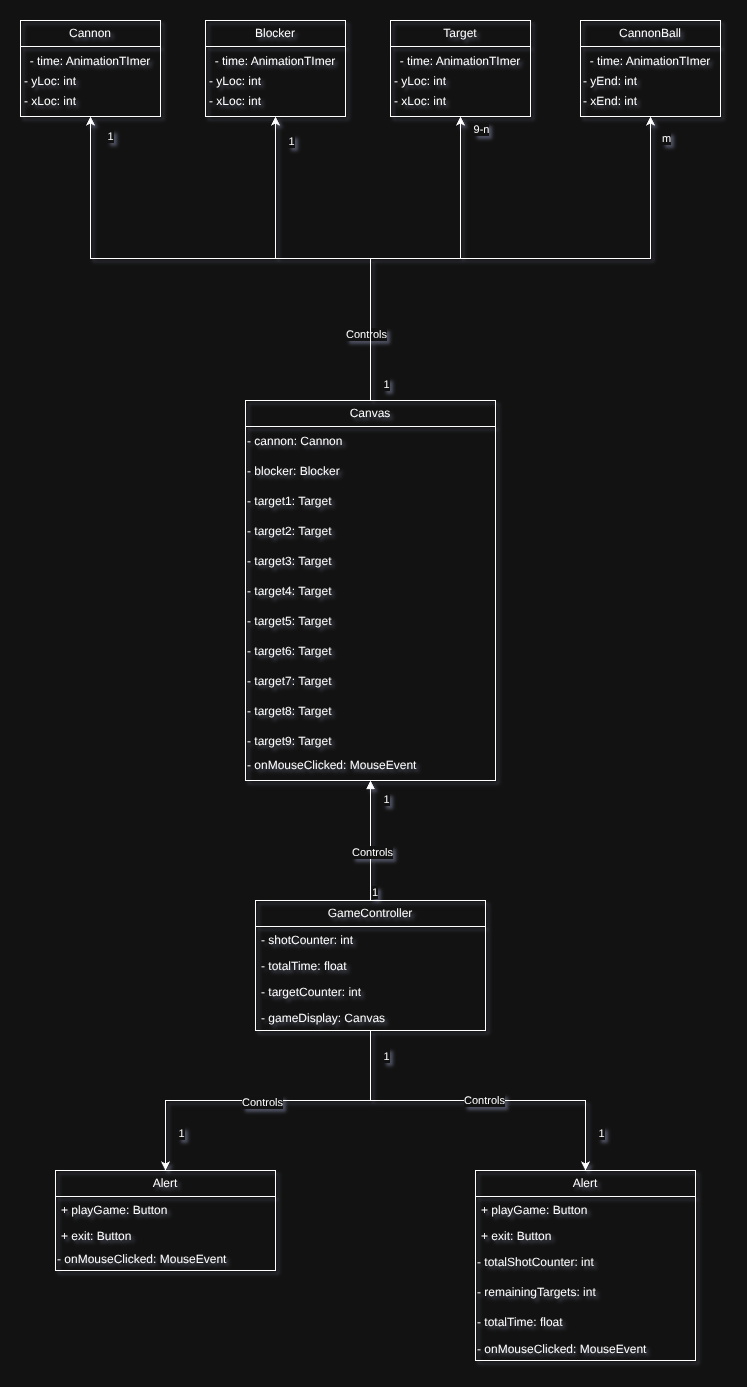
Earlier version of the draw.io export docs/UML/Class_Diagram_Merged.png (actellim/cannon_game). Source tidied: cells renumbered, new cells last; positions are measured from the earlier drawing's top-left corner, leaving out a move shared by most shapes.
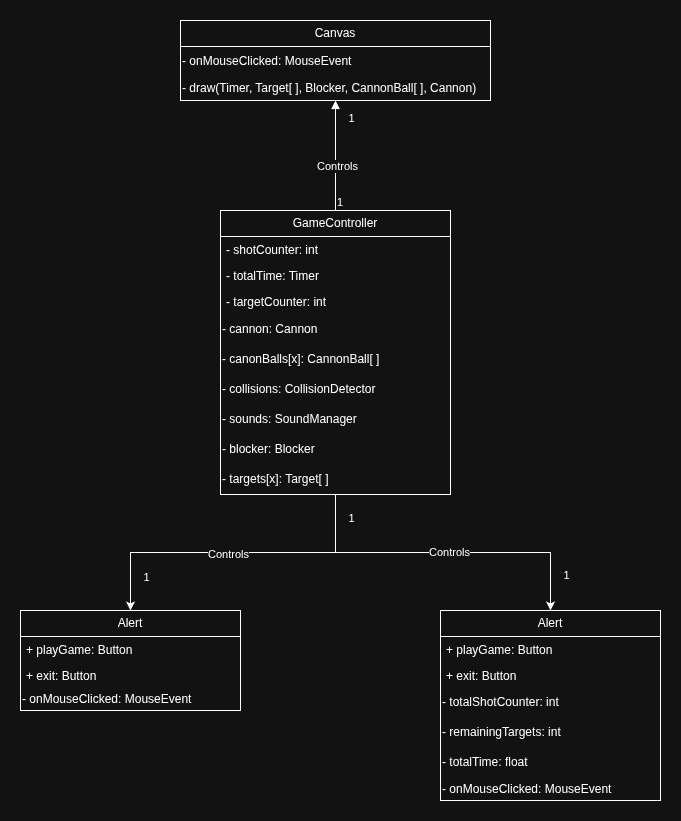
Above is the later version.

Change to the diagram source:
```diff
@@ -19,62 +19,44 @@
       </mxGeometry>
     </mxCell>
     <mxCell id="6" value="GameController" style="swimlane;fontStyle=0;horizontal=1;startSize=26;fillColor=none;whiteSpace=wrap;html=1;" parent="1" vertex="1">
-      <mxGeometry x="235" y="880" width="230" height="130" as="geometry" />
+      <mxGeometry x="235" y="750" width="230" height="284" as="geometry" />
     </mxCell>
     <mxCell id="7" value="- shotCounter: int" style="text;strokeColor=none;fillColor=none;align=left;verticalAlign=top;spacingLeft=4;spacingRight=4;overflow=hidden;whiteSpace=wrap;html=1;" parent="6" vertex="1">
       <mxGeometry y="26" width="230" height="26" as="geometry" />
     </mxCell>
-    <mxCell id="8" value="- totalTime: float" style="text;strokeColor=none;fillColor=none;align=left;verticalAlign=top;spacingLeft=4;spacingRight=4;overflow=hidden;whiteSpace=wrap;html=1;" parent="6" vertex="1">
+    <mxCell id="8" value="- totalTime: Timer" style="text;strokeColor=none;fillColor=none;align=left;verticalAlign=top;spacingLeft=4;spacingRight=4;overflow=hidden;whiteSpace=wrap;html=1;" parent="6" vertex="1">
       <mxGeometry y="52" width="230" height="26" as="geometry" />
     </mxCell>
     <mxCell id="9" value="- targetCounter: int" style="text;strokeColor=none;fillColor=none;align=left;verticalAlign=top;spacingLeft=4;spacingRight=4;overflow=hidden;whiteSpace=wrap;html=1;" parent="6" vertex="1">
       <mxGeometry y="78" width="230" height="26" as="geometry" />
     </mxCell>
-    <mxCell id="10" value="- gameDisplay: Canvas" style="text;strokeColor=none;fillColor=none;align=left;verticalAlign=top;spacingLeft=4;spacingRight=4;overflow=hidden;whiteSpace=wrap;html=1;" parent="6" vertex="1">
-      <mxGeometry y="104" width="230" height="26" as="geometry" />
-    </mxCell>
-    <mxCell id="11" value="Canvas" style="swimlane;fontStyle=0;horizontal=1;startSize=26;fillColor=none;whiteSpace=wrap;html=1;" parent="1" vertex="1">
-      <mxGeometry x="225" y="380" width="250" height="380" as="geometry" />
-    </mxCell>
-    <mxCell id="12" style="group;" parent="11" vertex="1">
-      <mxGeometry y="26" width="250" height="354" as="geometry" />
-    </mxCell>
-    <mxCell id="13" value="- cannon: Cannon" style="text;html=1;whiteSpace=wrap;strokeColor=none;fillColor=none;align=left;verticalAlign=middle;rounded=0;" parent="12" vertex="1">
-      <mxGeometry width="130" height="30" as="geometry" />
+    <mxCell id="13" value="- cannon: Cannon" style="text;html=1;whiteSpace=wrap;strokeColor=none;fillColor=none;align=left;verticalAlign=middle;rounded=0;" parent="6" vertex="1">
+      <mxGeometry y="104" width="230" height="30" as="geometry" />
     </mxCell>
+    <mxCell id="74" value="- canonBalls[x]: CannonBall[ ]" style="text;html=1;whiteSpace=wrap;strokeColor=none;fillColor=none;align=left;verticalAlign=middle;rounded=0;" parent="6" vertex="1">
+      <mxGeometry y="134" width="230" height="30" as="geometry" />
+    </mxCell>
+    <mxCell id="75" value="- collisions: CollisionDetector" style="text;html=1;whiteSpace=wrap;strokeColor=none;fillColor=none;align=left;verticalAlign=middle;rounded=0;" parent="6" vertex="1">
+      <mxGeometry y="164" width="230" height="30" as="geometry" />
+    </mxCell>
+    <mxCell id="76" value="- sounds: SoundManager" style="text;html=1;whiteSpace=wrap;strokeColor=none;fillColor=none;align=left;verticalAlign=middle;rounded=0;" parent="6" vertex="1">
+      <mxGeometry y="194" width="230" height="30" as="geometry" />
+    </mxCell>
-    <mxCell id="14" value="- blocker: Blocker" style="text;html=1;whiteSpace=wrap;strokeColor=none;fillColor=none;align=left;verticalAlign=middle;rounded=0;" parent="12" vertex="1">
-      <mxGeometry y="30" width="130" height="30" as="geometry" />
+    <mxCell id="14" value="- blocker: Blocker" style="text;html=1;whiteSpace=wrap;strokeColor=none;fillColor=none;align=left;verticalAlign=middle;rounded=0;" parent="6" vertex="1">
+      <mxGeometry y="224" width="230" height="30" as="geometry" />
     </mxCell>
-    <mxCell id="15" value="- target1: Target" style="text;html=1;whiteSpace=wrap;strokeColor=none;fillColor=none;align=left;verticalAlign=middle;rounded=0;" parent="12" vertex="1">
-      <mxGeometry y="60" width="130" height="30" as="geometry" />
+    <mxCell id="15" value="- targets[x]: Target[ ]" style="text;html=1;whiteSpace=wrap;strokeColor=none;fillColor=none;align=left;verticalAlign=middle;rounded=0;" parent="6" vertex="1">
+      <mxGeometry y="254" width="230" height="30" as="geometry" />
     </mxCell>
-    <mxCell id="16" value="- target2: Target" style="text;html=1;whiteSpace=wrap;strokeColor=none;fillColor=none;align=left;verticalAlign=middle;rounded=0;" parent="12" vertex="1">
-      <mxGeometry y="90" width="130" height="30" as="geometry" />
-    </mxCell>
-    <mxCell id="17" value="- target3: Target" style="text;html=1;whiteSpace=wrap;strokeColor=none;fillColor=none;align=left;verticalAlign=middle;rounded=0;" parent="12" vertex="1">
-      <mxGeometry y="120" width="130" height="30" as="geometry" />
-    </mxCell>
-    <mxCell id="18" value="- target4: Target" style="text;html=1;whiteSpace=wrap;strokeColor=none;fillColor=none;align=left;verticalAlign=middle;rounded=0;" parent="12" vertex="1">
-      <mxGeometry y="150" width="130" height="30" as="geometry" />
-    </mxCell>
-    <mxCell id="19" value="- target5: Target" style="text;html=1;whiteSpace=wrap;strokeColor=none;fillColor=none;align=left;verticalAlign=middle;rounded=0;" parent="12" vertex="1">
-      <mxGeometry y="180" width="130" height="30" as="geometry" />
-    </mxCell>
-    <mxCell id="20" value="- target6: Target" style="text;html=1;whiteSpace=wrap;strokeColor=none;fillColor=none;align=left;verticalAlign=middle;rounded=0;" parent="12" vertex="1">
-      <mxGeometry y="210" width="130" height="30" as="geometry" />
-    </mxCell>
-    <mxCell id="21" value="- target7: Target" style="text;html=1;whiteSpace=wrap;strokeColor=none;fillColor=none;align=left;verticalAlign=middle;rounded=0;" parent="12" vertex="1">
-      <mxGeometry y="240" width="130" height="30" as="geometry" />
-    </mxCell>
-    <mxCell id="22" value="- target8: Target" style="text;html=1;whiteSpace=wrap;strokeColor=none;fillColor=none;align=left;verticalAlign=middle;rounded=0;" parent="12" vertex="1">
-      <mxGeometry y="270" width="130" height="30" as="geometry" />
-    </mxCell>
-    <mxCell id="23" value="- target9: Target" style="text;html=1;whiteSpace=wrap;strokeColor=none;fillColor=none;align=left;verticalAlign=middle;rounded=0;" parent="12" vertex="1">
-      <mxGeometry y="300" width="130" height="30" as="geometry" />
-    </mxCell>
+    <mxCell id="11" value="Canvas" style="swimlane;fontStyle=0;horizontal=1;startSize=26;fillColor=none;whiteSpace=wrap;html=1;" parent="1" vertex="1">
+      <mxGeometry x="195" y="560" width="310" height="80" as="geometry" />
+    </mxCell>
-    <mxCell id="24" value="- onMouseClicked: MouseEvent" style="text;html=1;whiteSpace=wrap;strokeColor=none;fillColor=none;align=left;verticalAlign=middle;rounded=0;" parent="12" vertex="1">
-      <mxGeometry y="324" width="230" height="30" as="geometry" />
+    <mxCell id="24" value="- onMouseClicked: MouseEvent" style="text;html=1;whiteSpace=wrap;strokeColor=none;fillColor=none;align=left;verticalAlign=middle;rounded=0;" parent="11" vertex="1">
+      <mxGeometry y="26" width="310" height="30" as="geometry" />
     </mxCell>
+    <mxCell id="77" value="- draw(Timer, Target[ ], Blocker, CannonBall[ ], Cannon)" style="text;html=1;whiteSpace=wrap;strokeColor=none;fillColor=none;align=left;verticalAlign=middle;rounded=0;" parent="11" vertex="1">
+      <mxGeometry y="56" width="310" height="24" as="geometry" />
+    </mxCell>
     <mxCell id="25" value="Controls" style="endArrow=block;endFill=1;html=1;edgeStyle=orthogonalEdgeStyle;align=left;verticalAlign=top;rounded=0;entryX=0.5;entryY=1;entryDx=0;entryDy=0;exitX=0.5;exitY=0;exitDx=0;exitDy=0;" parent="1" edge="1" source="6" target="11">
       <mxGeometry x="0.03" y="20" relative="1" as="geometry" />
     </mxCell>
@@ -98,108 +80,6 @@
     <mxCell id="31" value="- onMouseClicked: MouseEvent" style="text;html=1;whiteSpace=wrap;strokeColor=none;fillColor=none;align=left;verticalAlign=middle;rounded=0;" parent="28" vertex="1">
       <mxGeometry y="78" width="220" height="22" as="geometry" />
     </mxCell>
-    <mxCell id="32" style="edgeStyle=orthogonalEdgeStyle;rounded=0;jettySize=auto;html=1;exitX=0.5;exitY=0;exitDx=0;exitDy=0;" parent="1" edge="1" source="11" target="42">
-      <mxGeometry relative="1" as="geometry" />
-    </mxCell>
-    <mxCell id="33" value="1" style="edgeLabel;html=1;align=center;verticalAlign=middle;" parent="32" vertex="1">
-      <mxGeometry x="0.93" y="1" relative="1" as="geometry">
-        <mxPoint x="20" as="offset" />
-      </mxGeometry>
-    </mxCell>
-    <mxCell id="34" style="edgeStyle=orthogonalEdgeStyle;rounded=0;jettySize=auto;html=1;exitX=0.5;exitY=0;exitDx=0;exitDy=0;" parent="1" edge="1" source="11" target="47">
-      <mxGeometry relative="1" as="geometry" />
-    </mxCell>
-    <mxCell id="35" value="1" style="edgeLabel;html=1;align=center;verticalAlign=middle;" parent="34" vertex="1">
-      <mxGeometry x="0.88" y="2" relative="1" as="geometry">
-        <mxPoint x="17" as="offset" />
-      </mxGeometry>
-    </mxCell>
-    <mxCell id="36" style="edgeStyle=orthogonalEdgeStyle;rounded=0;jettySize=auto;html=1;exitX=0.5;exitY=0;exitDx=0;exitDy=0;" parent="1" edge="1" source="11" target="52">
-      <mxGeometry relative="1" as="geometry" />
-    </mxCell>
-    <mxCell id="37" value="Controls" style="edgeLabel;html=1;align=center;verticalAlign=middle;" parent="36" vertex="1">
-      <mxGeometry x="-0.65" y="-3" relative="1" as="geometry">
-        <mxPoint x="-8" as="offset" />
-      </mxGeometry>
-    </mxCell>
-    <mxCell id="38" value="1" style="edgeLabel;html=1;align=center;verticalAlign=middle;" parent="36" vertex="1">
-      <mxGeometry x="-0.91" y="-5" relative="1" as="geometry">
-        <mxPoint x="10" as="offset" />
-      </mxGeometry>
-    </mxCell>
-    <mxCell id="39" value="9-n" style="edgeLabel;html=1;align=center;verticalAlign=middle;" parent="36" vertex="1">
-      <mxGeometry x="0.93" y="1" relative="1" as="geometry">
-        <mxPoint x="21" as="offset" />
-      </mxGeometry>
-    </mxCell>
-    <mxCell id="40" style="edgeStyle=orthogonalEdgeStyle;rounded=0;jettySize=auto;html=1;exitX=0.5;exitY=0;exitDx=0;exitDy=0;" parent="1" edge="1" source="11" target="57">
-      <mxGeometry relative="1" as="geometry" />
-    </mxCell>
-    <mxCell id="41" value="m" style="edgeLabel;html=1;align=center;verticalAlign=middle;" parent="40" vertex="1">
-      <mxGeometry x="0.92" relative="1" as="geometry">
-        <mxPoint x="15" as="offset" />
-      </mxGeometry>
-    </mxCell>
-    <mxCell id="42" value="Cannon" style="swimlane;fontStyle=0;horizontal=1;startSize=26;fillColor=none;whiteSpace=wrap;html=1;" parent="1" vertex="1">
-      <mxGeometry width="140" height="96" as="geometry" />
-    </mxCell>
-    <mxCell id="43" style="group;" parent="42" vertex="1">
-      <mxGeometry y="26" width="140" height="70" as="geometry" />
-    </mxCell>
-    <mxCell id="44" value="- xLoc: int" style="text;html=1;whiteSpace=wrap;strokeColor=none;fillColor=none;align=center;verticalAlign=middle;rounded=0;" parent="43" vertex="1">
-      <mxGeometry y="40" width="60" height="30" as="geometry" />
-    </mxCell>
-    <mxCell id="45" value="- yLoc: int" style="text;html=1;whiteSpace=wrap;strokeColor=none;fillColor=none;align=center;verticalAlign=middle;rounded=0;" parent="43" vertex="1">
-      <mxGeometry y="20" width="60" height="30" as="geometry" />
-    </mxCell>
-    <mxCell id="46" value="- time: AnimationTImer" style="text;html=1;whiteSpace=wrap;strokeColor=none;fillColor=none;align=center;verticalAlign=middle;rounded=0;" parent="43" vertex="1">
-      <mxGeometry width="140" height="30" as="geometry" />
-    </mxCell>
-    <mxCell id="47" value="Blocker" style="swimlane;fontStyle=0;horizontal=1;startSize=26;fillColor=none;whiteSpace=wrap;html=1;" parent="1" vertex="1">
-      <mxGeometry x="185" width="140" height="96" as="geometry" />
-    </mxCell>
-    <mxCell id="48" style="group;align=left;" parent="47" vertex="1">
-      <mxGeometry y="26" width="140" height="70" as="geometry" />
-    </mxCell>
-    <mxCell id="49" value="- xLoc: int" style="text;html=1;whiteSpace=wrap;strokeColor=none;fillColor=none;align=center;verticalAlign=middle;rounded=0;" parent="48" vertex="1">
-      <mxGeometry y="40" width="60" height="30" as="geometry" />
-    </mxCell>
-    <mxCell id="50" value="- yLoc: int" style="text;html=1;whiteSpace=wrap;strokeColor=none;fillColor=none;align=center;verticalAlign=middle;rounded=0;" parent="48" vertex="1">
-      <mxGeometry y="20" width="60" height="30" as="geometry" />
-    </mxCell>
-    <mxCell id="51" value="- time: AnimationTImer" style="text;html=1;whiteSpace=wrap;strokeColor=none;fillColor=none;align=center;verticalAlign=middle;rounded=0;" parent="48" vertex="1">
-      <mxGeometry width="140" height="30" as="geometry" />
-    </mxCell>
-    <mxCell id="52" value="Target" style="swimlane;fontStyle=0;horizontal=1;startSize=26;fillColor=none;whiteSpace=wrap;html=1;" parent="1" vertex="1">
-      <mxGeometry x="370" width="140" height="96" as="geometry" />
-    </mxCell>
-    <mxCell id="53" style="group;" parent="52" vertex="1">
-      <mxGeometry y="26" width="140" height="70" as="geometry" />
-    </mxCell>
-    <mxCell id="54" value="- xLoc: int" style="text;html=1;whiteSpace=wrap;strokeColor=none;fillColor=none;align=center;verticalAlign=middle;rounded=0;" parent="53" vertex="1">
-      <mxGeometry y="40" width="60" height="30" as="geometry" />
-    </mxCell>
-    <mxCell id="55" value="- yLoc: int" style="text;html=1;whiteSpace=wrap;strokeColor=none;fillColor=none;align=center;verticalAlign=middle;rounded=0;" parent="53" vertex="1">
-      <mxGeometry y="20" width="60" height="30" as="geometry" />
-    </mxCell>
-    <mxCell id="56" value="- time: AnimationTImer" style="text;html=1;whiteSpace=wrap;strokeColor=none;fillColor=none;align=center;verticalAlign=middle;rounded=0;" parent="53" vertex="1">
-      <mxGeometry width="140" height="30" as="geometry" />
-    </mxCell>
-    <mxCell id="57" value="CannonBall" style="swimlane;fontStyle=0;horizontal=1;startSize=26;fillColor=none;whiteSpace=wrap;html=1;" parent="1" vertex="1">
-      <mxGeometry x="560" width="140" height="96" as="geometry" />
-    </mxCell>
-    <mxCell id="58" style="group;align=left;" parent="57" vertex="1">
-      <mxGeometry y="26" width="140" height="70" as="geometry" />
-    </mxCell>
-    <mxCell id="59" value="- xEnd: int" style="text;html=1;whiteSpace=wrap;strokeColor=none;fillColor=none;align=center;verticalAlign=middle;rounded=0;" parent="58" vertex="1">
-      <mxGeometry y="40" width="60" height="30" as="geometry" />
-    </mxCell>
-    <mxCell id="60" value="- yEnd: int" style="text;html=1;whiteSpace=wrap;strokeColor=none;fillColor=none;align=center;verticalAlign=middle;rounded=0;" parent="58" vertex="1">
-      <mxGeometry y="20" width="60" height="30" as="geometry" />
-    </mxCell>
-    <mxCell id="61" value="- time: AnimationTImer" style="text;html=1;whiteSpace=wrap;strokeColor=none;fillColor=none;align=center;verticalAlign=middle;rounded=0;" parent="58" vertex="1">
-      <mxGeometry width="140" height="30" as="geometry" />
-    </mxCell>
     <mxCell id="62" style="edgeStyle=orthogonalEdgeStyle;rounded=0;jettySize=auto;html=1;" parent="1" edge="1" source="6" target="66">
       <mxGeometry relative="1" as="geometry" />
     </mxCell>
```
